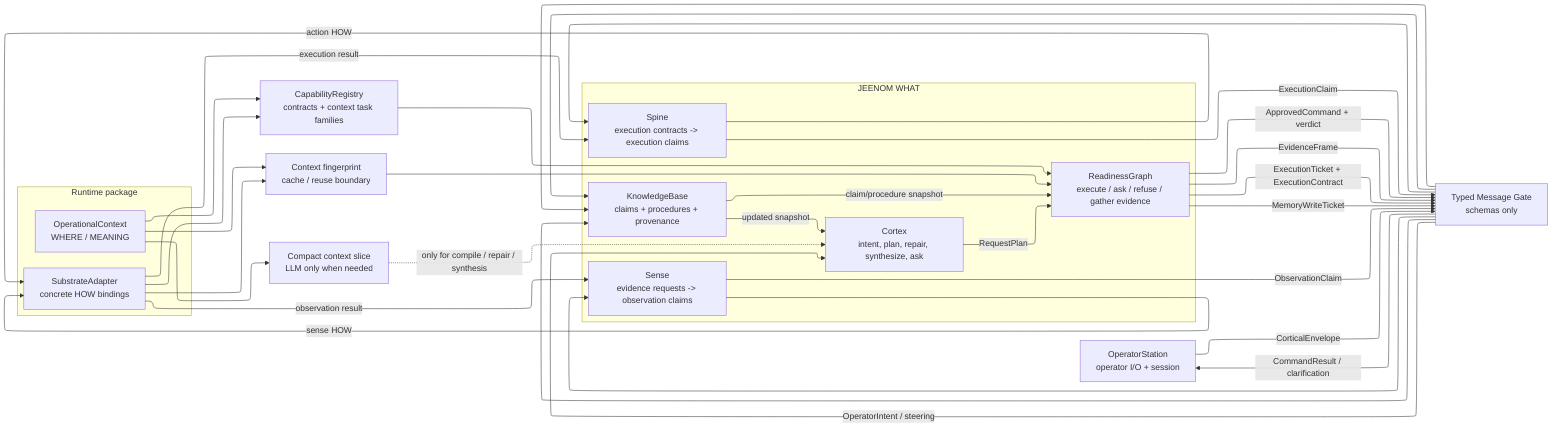
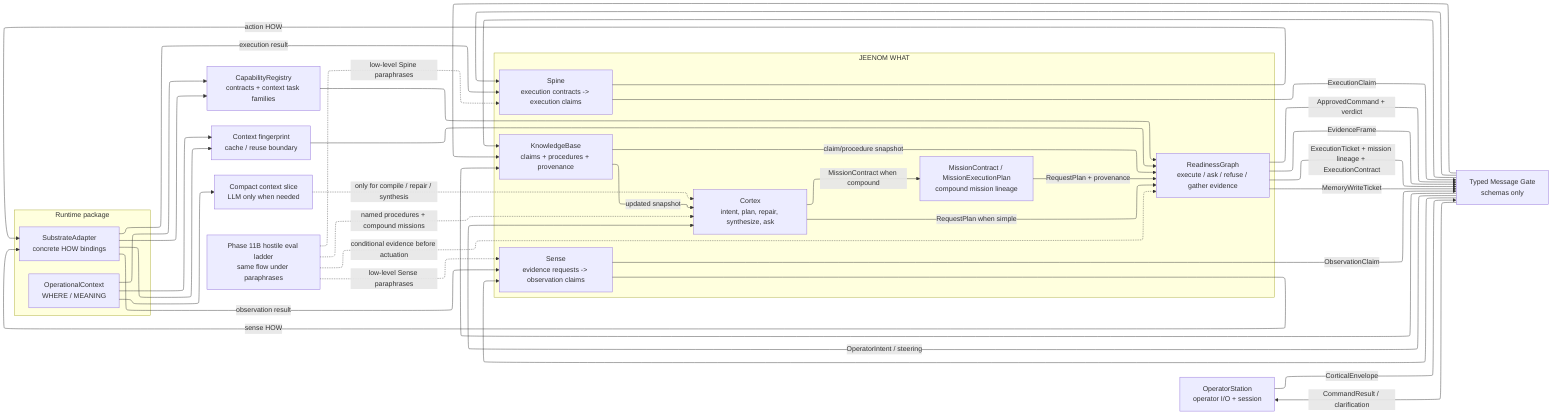
---
config:
  layout: elk
---
flowchart LR

  OP["OperatorStation<br>operator I/O + session"]
  MSG["Typed Message Gate<br>schemas only"]

  subgraph RUN["Runtime package"]
    CTX["OperationalContext<br>WHERE / MEANING"]
    SUB["SubstrateAdapter<br>concrete HOW bindings"]
  end

  REG["CapabilityRegistry<br>contracts + context task families"]
  FP["Context fingerprint<br>cache / reuse boundary"]
  SLICE["Compact context slice<br>LLM only when needed"]
+   TEST["Phase 11B hostile eval ladder<br>same flow under paraphrases"]

  subgraph ARCH["JEENOM WHAT"]
    CX["Cortex<br>intent, plan, repair, synthesize, ask"]
+     MC["MissionContract / MissionExecutionPlan<br>compound mission lineage"]
    RG["ReadinessGraph<br>execute / ask / refuse / gather evidence"]
    KB["KnowledgeBase<br>claims + procedures + provenance"]
    SE["Sense<br>evidence requests -> observation claims"]
    SP["Spine<br>execution contracts -> execution claims"]
  end

  CTX --> REG
  SUB --> REG
  CTX --> FP
  SUB --> FP
  CTX --> SLICE

  OP -->|CorticalEnvelope| MSG
  MSG -->|OperatorIntent / steering| CX
  SLICE -. "only for compile / repair / synthesis" .-> CX
-   CX -->|RequestPlan| RG
+   CX -->|MissionContract when compound| MC
+   CX -->|RequestPlan when simple| RG
+   MC -->|RequestPlan + provenance| RG
  REG --> RG
  FP --> RG
  KB -->|claim/procedure snapshot| RG
  RG -->|ApprovedCommand + verdict| MSG
  MSG -->|CommandResult / clarification| OP

  RG -->|EvidenceFrame| MSG
  MSG --> SE
  SE -->|sense HOW| SUB
  SUB -->|observation result| SE
  SE -->|ObservationClaim| MSG
  MSG --> KB

-   RG -->|ExecutionTicket + ExecutionContract| MSG
+   RG -->|ExecutionTicket + mission lineage + ExecutionContract| MSG
  MSG --> SP
  SP -->|action HOW| SUB
  SUB -->|execution result| SP
  SP -->|ExecutionClaim| MSG
  MSG --> KB

  RG -->|MemoryWriteTicket| MSG
  MSG --> KB

  KB -->|updated snapshot| CX
+ 
+   TEST -. "low-level Sense paraphrases" .-> SE
+   TEST -. "low-level Spine paraphrases" .-> SP
+   TEST -. "named procedures + compound missions" .-> CX
+   TEST -. "conditional evidence before actuation" .-> RG
